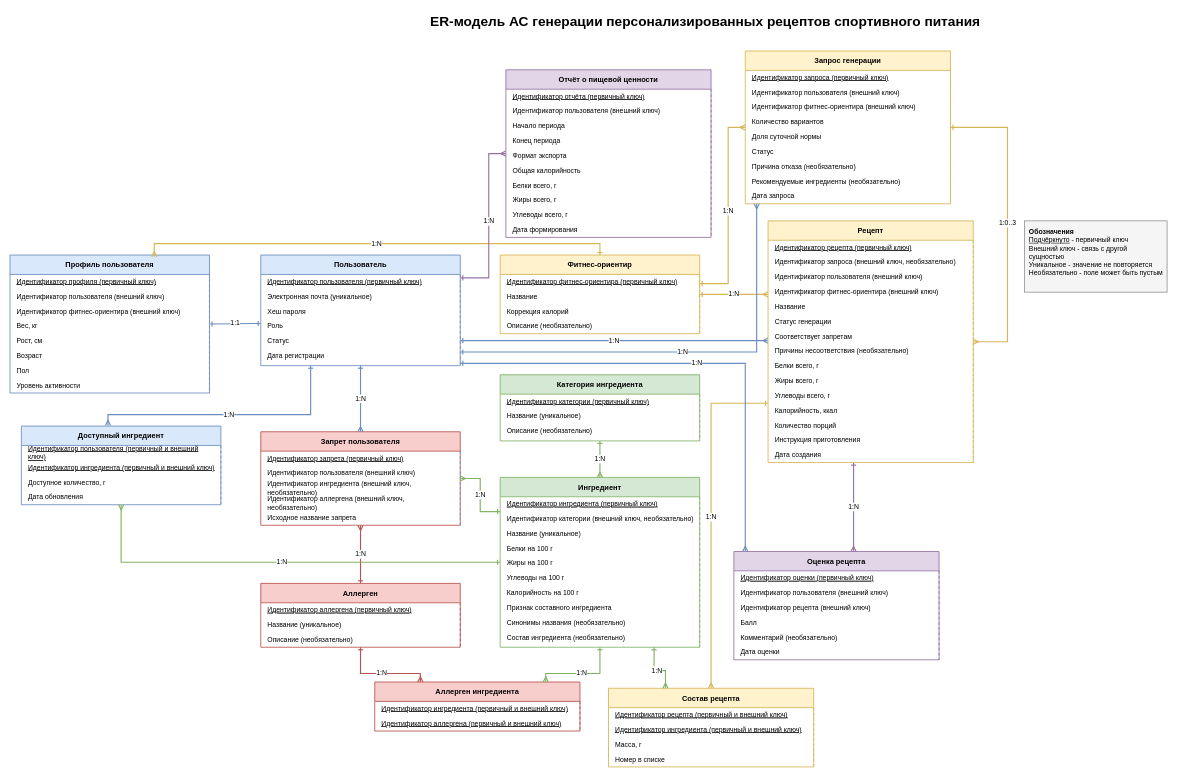
Before: Optimization-Methods/laba_2/diagrams/Модель_сущность-связь.drawio in Skipl1/ASOIU, a draw.io diagram. Source tidied: cells renumbered, new cells numbered last; positions are measured from the earlier drawing's top-left corner, leaving out a move shared by most shapes. Both pictures are drawn from the tidied source at 57%, with x=0, y=0 at pixel (10, 10).
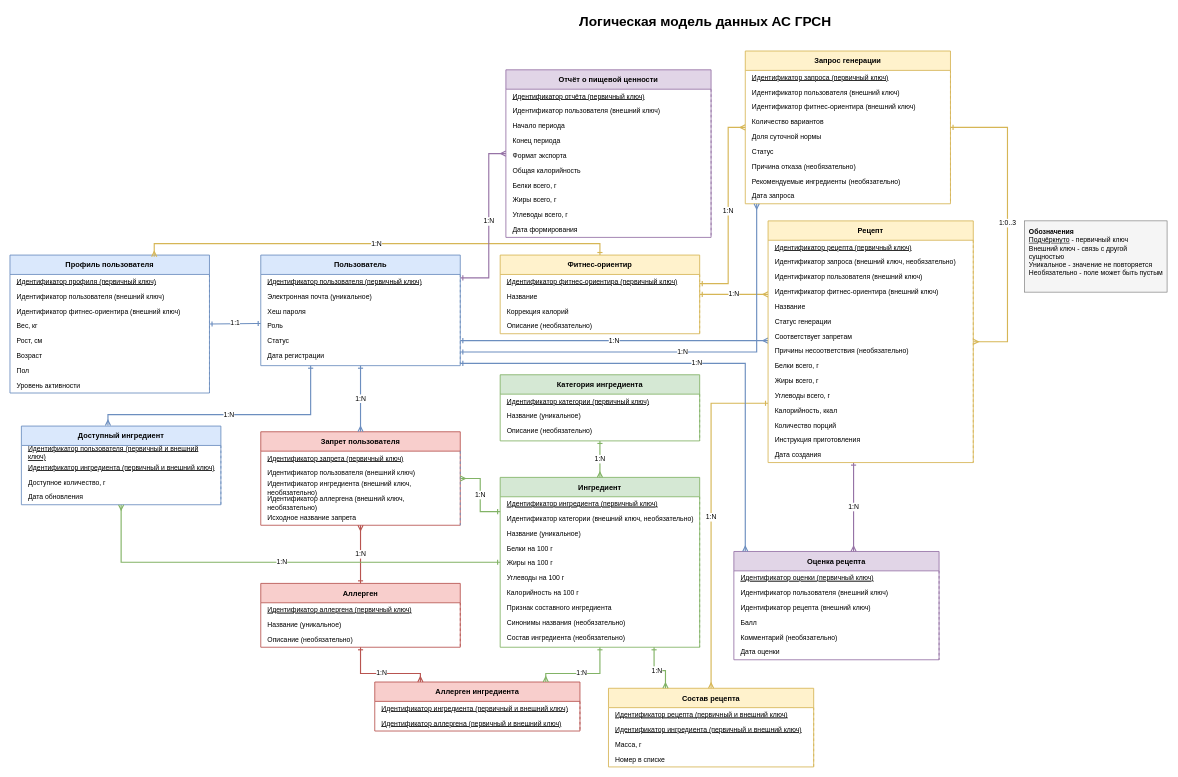
The same page after the edit.

Change to the diagram source:
```diff
@@
-    <mxCell id="2" value="ER-модель АС генерации персонализированных рецептов спортивного питания" style="text;html=1;strokeColor=none;fillColor=none;align=center;verticalAlign=middle;whiteSpace=wrap;rounded=0;fontSize=24;fontStyle=1;" parent="1" vertex="1">
+    <mxCell id="2" value="&lt;span style=&quot;color: rgb(0, 0, 0);&quot;&gt;Логическая модель данных АС ГРСН&lt;/span&gt;" style="text;html=1;strokeColor=none;fillColor=none;align=center;verticalAlign=middle;whiteSpace=wrap;rounded=0;fontSize=24;fontStyle=1;" parent="1" vertex="1">
       <mxGeometry x="470" width="1500" height="40" as="geometry" />
     </mxCell>
```
